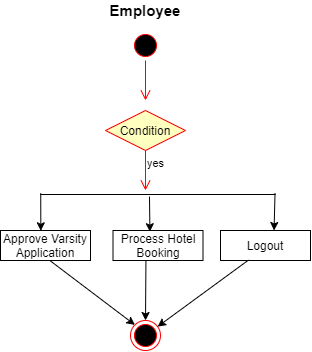
This is activity_diagram_uas(employee).png from SabiulSabit/UML-Diagram-For-Project, a draw.io export, as it was before one commit. Source tidied: cells renumbered, new cells last; positions are measured from the earlier drawing's top-left corner, leaving out a move shared by most shapes.
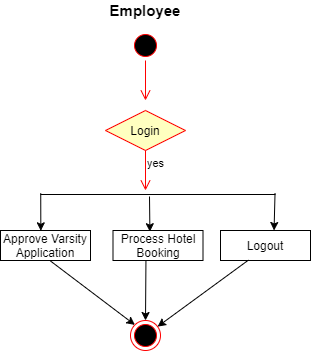
Above is the later version.

The edit, as a diff of the source:
```diff
@@ -13,7 +13,7 @@
     <mxCell id="4" value="&lt;b&gt;&lt;font style=&quot;font-size: 15px&quot;&gt;Employee&lt;/font&gt;&lt;/b&gt;" style="text;html=1;strokeColor=none;fillColor=none;align=center;verticalAlign=middle;whiteSpace=wrap;rounded=0;" parent="1" vertex="1">
       <mxGeometry x="110" width="70" height="20" as="geometry" />
     </mxCell>
-    <mxCell id="5" value="Condition" style="rhombus;whiteSpace=wrap;html=1;fillColor=#ffffc0;strokeColor=#ff0000;" parent="1" vertex="1">
+    <mxCell id="5" value="Login" style="rhombus;whiteSpace=wrap;html=1;fillColor=#ffffc0;strokeColor=#ff0000;" parent="1" vertex="1">
       <mxGeometry x="105" y="110" width="80" height="40" as="geometry" />
     </mxCell>
     <mxCell id="6" value="yes" style="edgeStyle=orthogonalEdgeStyle;html=1;align=left;verticalAlign=top;endArrow=open;endSize=8;strokeColor=#ff0000;" parent="1" edge="1" source="5">
```
